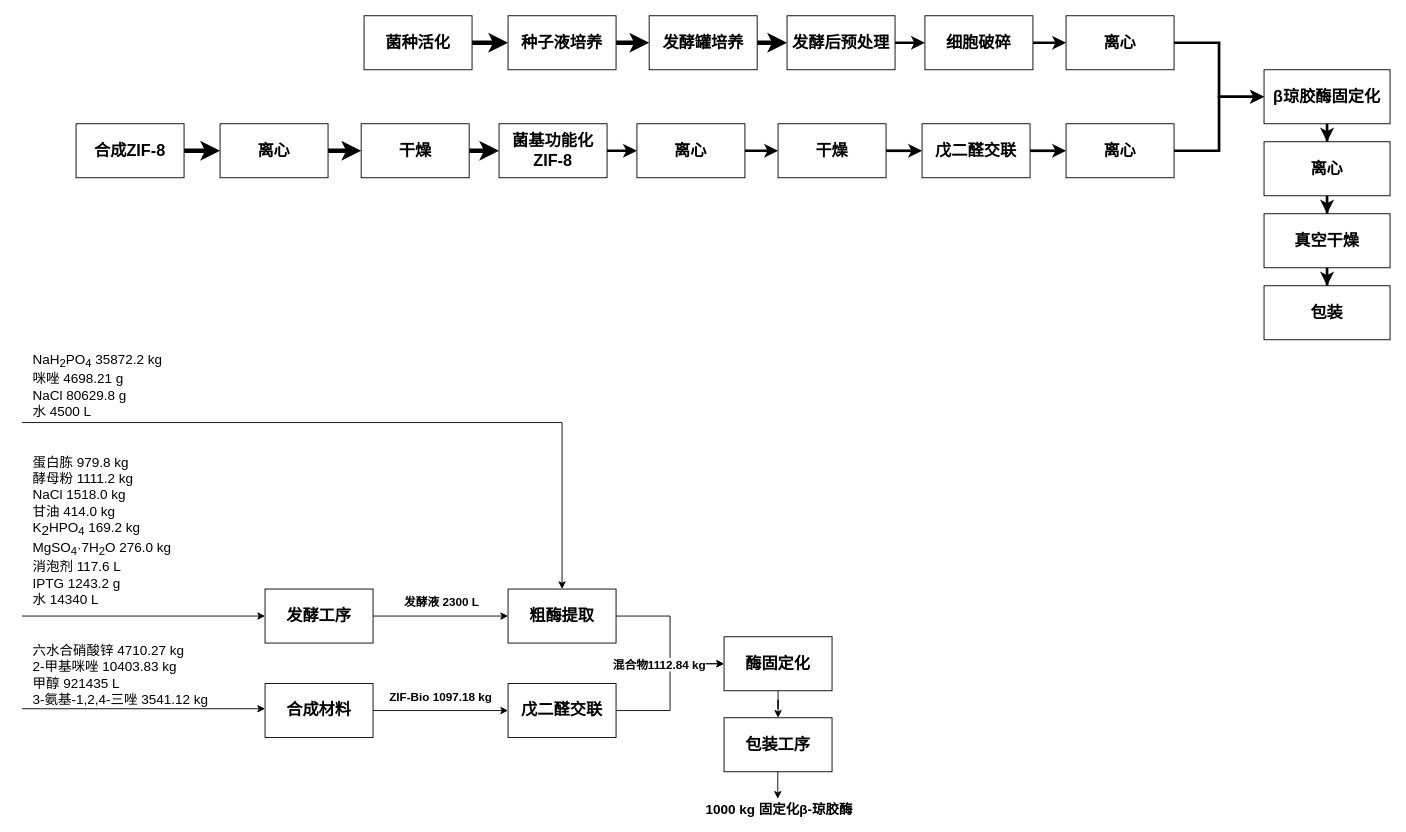
This is Untitled Diagram.drawio from YipengZou/ArcaneVisualize, a draw.io file, before an edit. Source tidied: cells renumbered, new cells numbered last; positions are measured from the earlier drawing's top-left corner, leaving out a move shared by most shapes. Both pictures are drawn from the tidied source at 90%, with x=0, y=0 at pixel (22, 15).
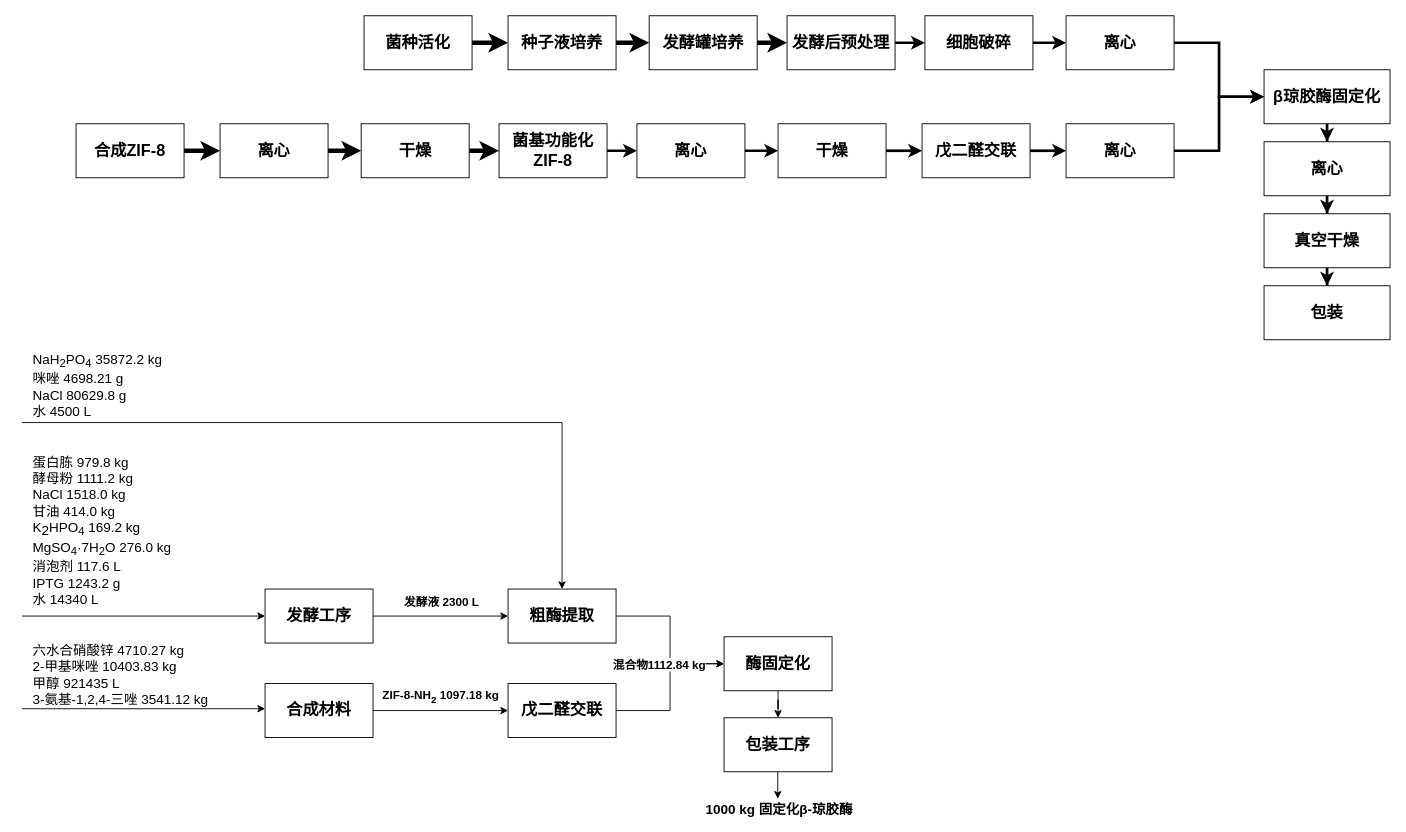
Above is the later version.

The edit, as a diff of the source:
```diff
@@
-    <mxCell id="50" value="&lt;b style=&quot;border-color: var(--border-color); background-color: rgb(255, 255, 255);&quot;&gt;&lt;font style=&quot;font-size: 13px;&quot;&gt;ZIF-Bio 1097.18 kg&lt;/font&gt;&lt;/b&gt;" style="text;html=1;align=center;verticalAlign=middle;strokeColor=none;fillColor=none;" parent="1" vertex="1">
-      <mxGeometry x="395" y="742" width="140" height="30" as="geometry" />
+    <mxCell id="50" value="&lt;b style=&quot;border-color: var(--border-color); background-color: rgb(255, 255, 255);&quot;&gt;&lt;font style=&quot;font-size: 13px;&quot;&gt;ZIF-8-NH&lt;sub&gt;2&lt;/sub&gt; 1097.18 kg&lt;/font&gt;&lt;/b&gt;" style="text;html=1;align=center;verticalAlign=middle;strokeColor=none;fillColor=none;" parent="1" vertex="1">
+      <mxGeometry x="390" y="742" width="150" height="30" as="geometry" />
     </mxCell>
```
